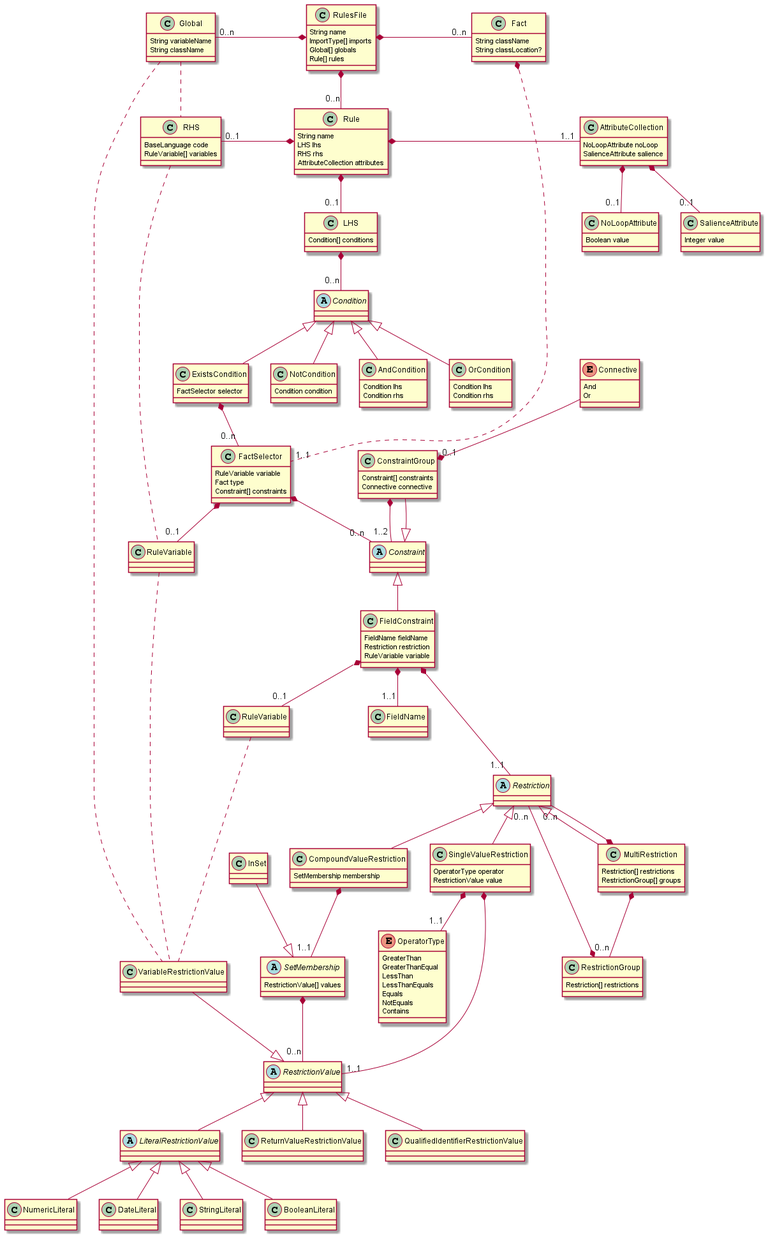
The PlantUML diagram out/Thesis/Sections/images/DroolsLiteStructure/DroolsLiteStructure.png in jewelEarthDeveloper/Thesis2021, before a commit.
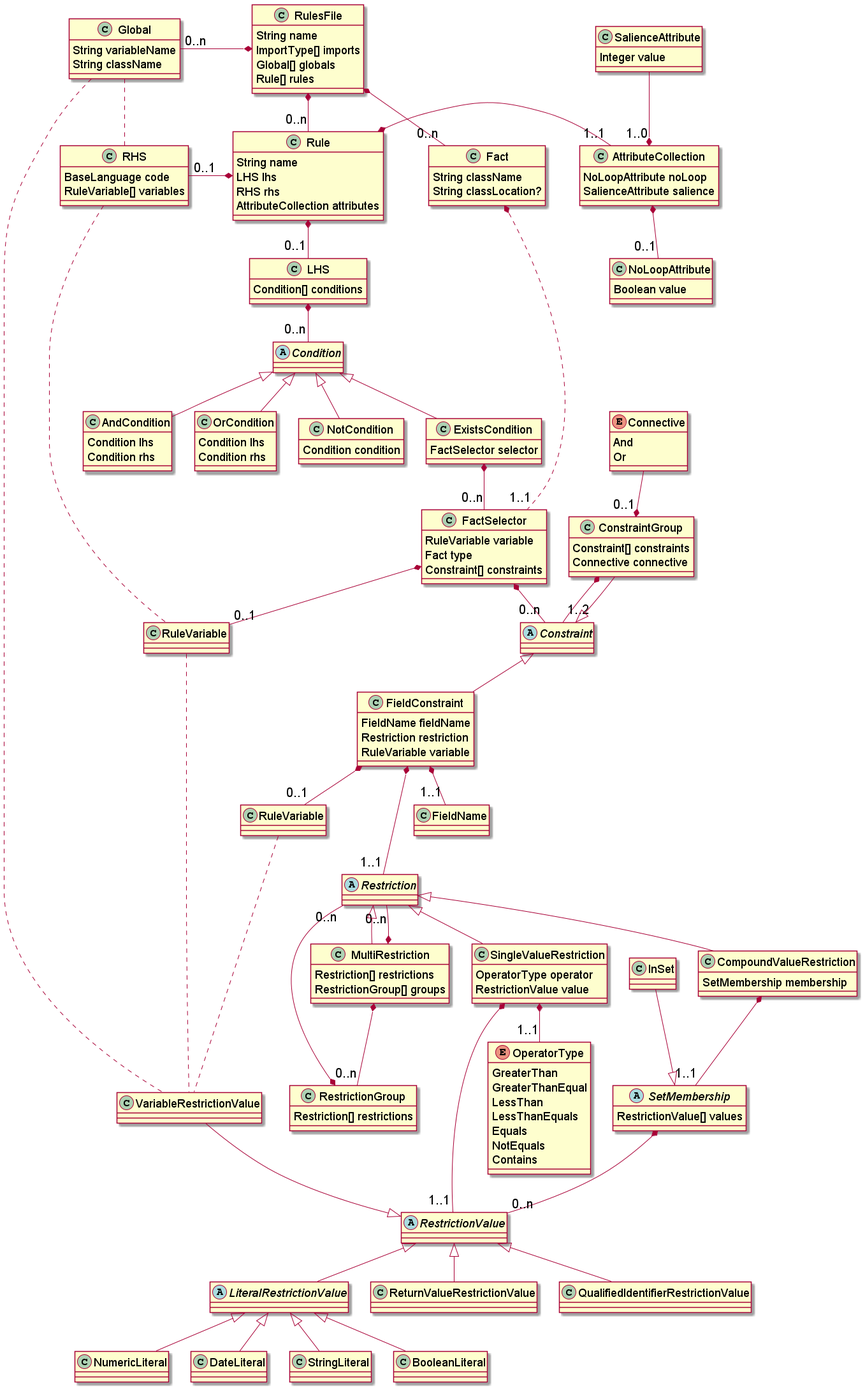
The same diagram one commit later.

The edit, as a diff of the source:
```diff
@@ -1,4 +1,7 @@
 @startuml
+    skinparam ClassFontSize 18
+    skinparam ClassAttributeFontSize 18
+    skinparam ArrowFontSize 20
 
     class RulesFile
         RulesFile : String name
@@ -35,9 +38,7 @@
         SalienceAttribute : Integer value
 
     AttributeCollection *-- "0..1" NoLoopAttribute
-    AttributeCollection *-- "0..1" SalienceAttribute
-
-
+    SalienceAttribute --* "1..0" AttributeCollection
 
     class RHS
         RHS : BaseLanguage code
```
